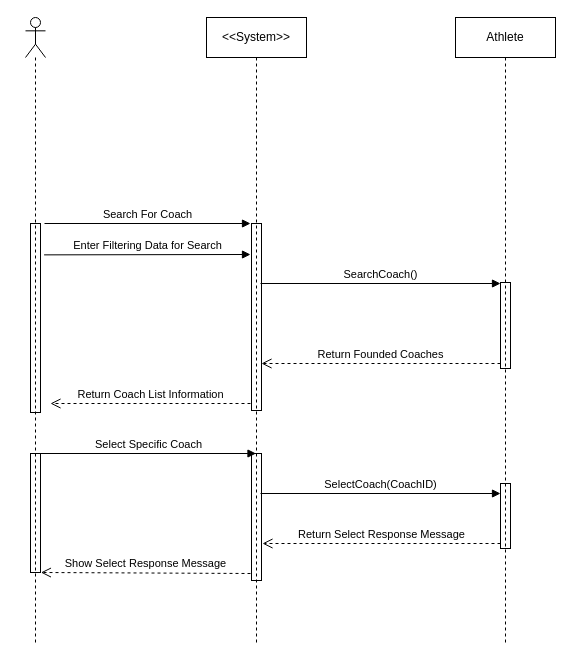
This is Behavioral Modeling/Sequence Diagram/Find Coach - Sequence Diagram.drawio from mmohajer9/sama-online-coaching-system, a draw.io file, before an edit. Source tidied: cells renumbered, new cells numbered last; positions are measured from the earlier drawing's top-left corner, leaving out a move shared by most shapes. Both pictures are drawn from the tidied source at 100%, with x=0, y=0 at pixel (25, 17).
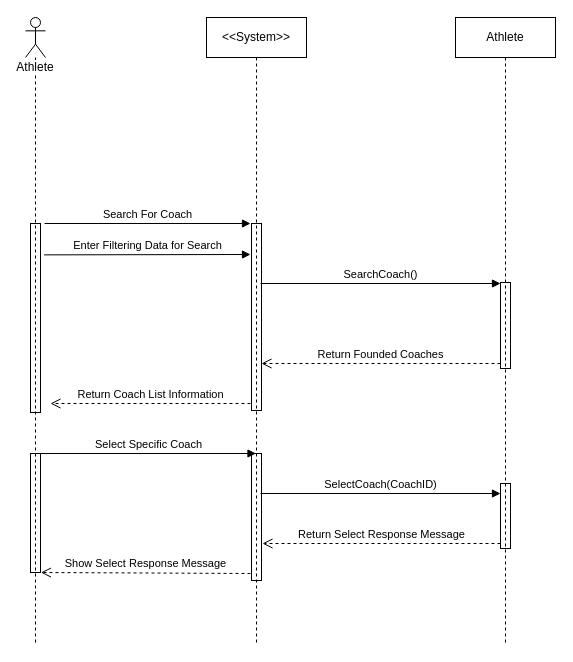
The same diagram, later.

Diff of the diagram source:
```diff
@@
-    <mxCell id="19" style="shape=umlLifeline;participant=umlActor;perimeter=lifelinePerimeter;whiteSpace=wrap;html=1;verticalAlign=top;spacingTop=36;labelBackgroundColor=#ffffff;" parent="1" vertex="1">
+    <mxCell id="19" value="Athlete" style="shape=umlLifeline;participant=umlActor;perimeter=lifelinePerimeter;whiteSpace=wrap;html=1;verticalAlign=top;spacingTop=36;labelBackgroundColor=#ffffff;" parent="1" vertex="1">
       <mxGeometry width="20" height="626" as="geometry" />
     </mxCell>
```
